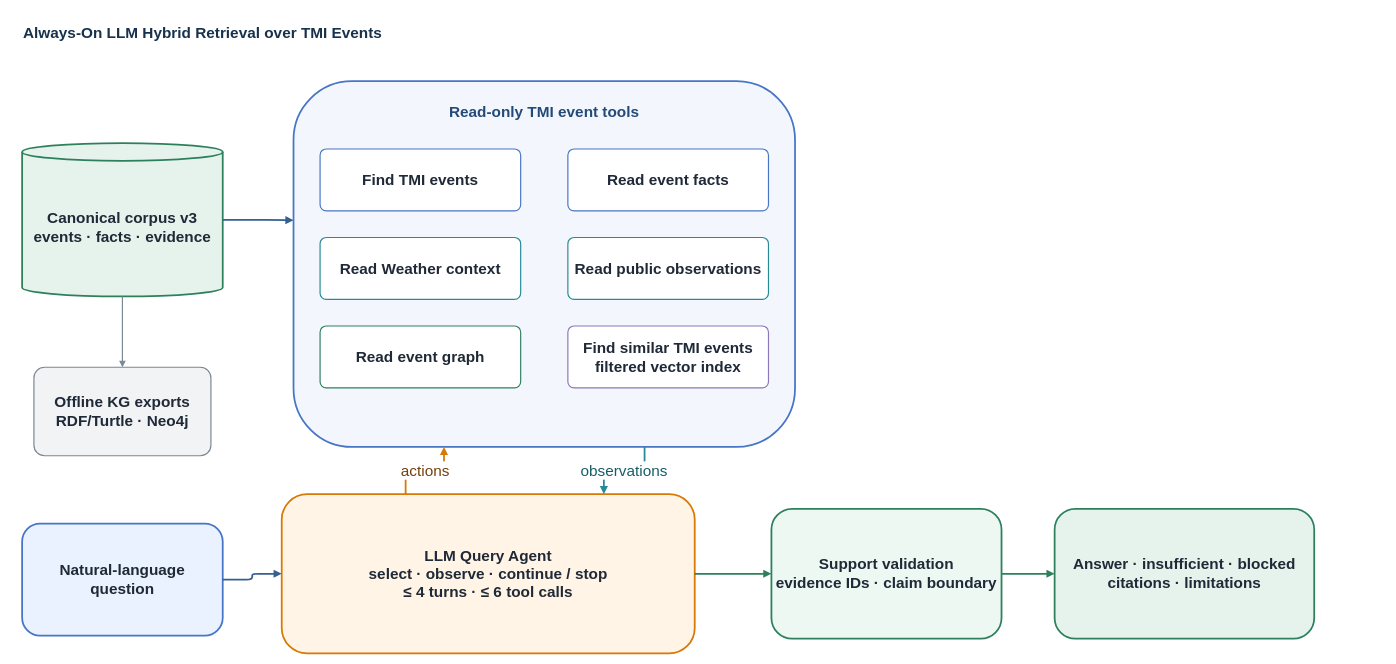
Before: docs/figures/tmi_event_retrieval_architecture.drawio in exordor/aviation_agentic_ai, a draw.io diagram. Source tidied: cells renumbered, new cells numbered last; positions are measured from the earlier drawing's top-left corner, leaving out a move shared by most shapes. Both pictures are drawn from the tidied source at 59%, with x=0, y=0 at pixel (10, 10).
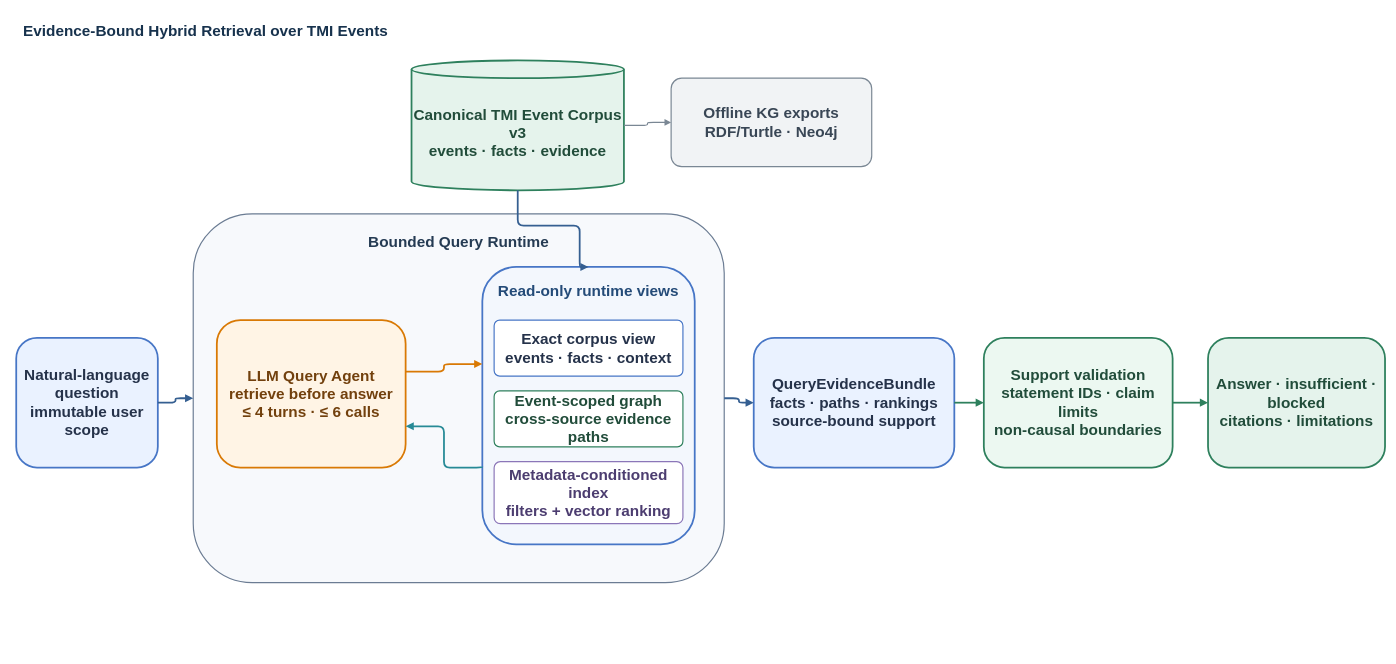
The same page after the edit.

What changed in the source:
```diff
@@
-    <mxCell id="2" style="text;strokeColor=none;fillColor=none;align=center;verticalAlign=middle;whiteSpace=wrap;html=1;fontSize=22;fontStyle=1;fontColor=#111827;" parent="1" vertex="1">
-      <mxGeometry width="1" height="1" as="geometry" />
-    </mxCell>
-    <mxCell id="3" value="Always-On LLM Hybrid Retrieval over TMI Events" style="text;strokeColor=none;fillColor=none;align=center;verticalAlign=middle;whiteSpace=wrap;html=1;fontColor=#17324D;fontSize=26;fontStyle=1;align=left;verticalAlign=middle;whiteSpace=wrap;html=1;" parent="1" vertex="1">
-      <mxGeometry x="20" y="10" width="2180" height="55" as="geometry" />
+    <mxCell id="3" value="Evidence-Bound Hybrid Retrieval over TMI Events" style="text;strokeColor=none;fillColor=none;align=left;verticalAlign=middle;whiteSpace=wrap;html=1;fontColor=#17324D;fontSize=26;fontStyle=1;" parent="1" vertex="1">
+      <mxGeometry x="20" y="5" width="2280" height="60" as="geometry" />
     </mxCell>
-    <mxCell id="4" value="Canonical corpus v3&#10;events · facts · evidence" style="shape=cylinder3;boundedLbl=1;backgroundOutline=1;whiteSpace=wrap;html=1;fillColor=#E5F3EC;strokeColor=#2E805D;fontColor=#1f2937;fontSize=26;fontStyle=1;strokeWidth=3;whiteSpace=wrap;html=1;align=center;verticalAlign=middle;" parent="1" vertex="1">
-      <mxGeometry x="20" y="225" width="340" height="260" as="geometry" />
+    <mxCell id="4" value="Canonical TMI Event Corpus v3&#10;events · facts · evidence" style="shape=cylinder3;boundedLbl=1;backgroundOutline=1;whiteSpace=wrap;html=1;fillColor=#E5F3EC;strokeColor=#2E805D;fontColor=#214C3A;fontSize=26;fontStyle=1;strokeWidth=3;align=center;verticalAlign=middle;" parent="1" vertex="1">
+      <mxGeometry x="680" y="85" width="360" height="220" as="geometry" />
     </mxCell>
-    <mxCell id="5" value="Offline KG exports&#10;RDF/Turtle · Neo4j" style="rounded=1;whiteSpace=wrap;html=1;fillColor=#F1F3F5;strokeColor=#7A8794;fontColor=#1f2937;fontSize=26;fontStyle=1;strokeWidth=2;arcSize=12;whiteSpace=wrap;html=1;" parent="1" vertex="1">
-      <mxGeometry x="40" y="605" width="300" height="150" as="geometry" />
+    <mxCell id="5" value="Offline KG exports&#10;RDF/Turtle · Neo4j" style="rounded=1;whiteSpace=wrap;html=1;fillColor=#F1F3F5;strokeColor=#7A8794;fontColor=#394655;fontSize=26;fontStyle=1;strokeWidth=2;arcSize=12;align=center;verticalAlign=middle;" parent="1" vertex="1">
+      <mxGeometry x="1120" y="115" width="340" height="150" as="geometry" />
     </mxCell>
-    <mxCell id="6" style="rounded=1;whiteSpace=wrap;html=1;fillColor=#F3F7FD;strokeColor=#4776C6;fontColor=#1f2937;strokeWidth=3;arcSize=16;" parent="1" vertex="1">
-      <mxGeometry x="480" y="120" width="850" height="620" as="geometry" />
-    </mxCell>
-    <mxCell id="7" value="Read-only TMI event tools" style="text;strokeColor=none;fillColor=none;align=center;verticalAlign=middle;whiteSpace=wrap;html=1;fontColor=#244B78;fontSize=26;fontStyle=1;align=center;verticalAlign=middle;whiteSpace=wrap;html=1;" parent="1" vertex="1">
-      <mxGeometry x="510" y="145" width="790" height="55" as="geometry" />
-    </mxCell>
-    <mxCell id="8" value="Find TMI events" style="rounded=1;whiteSpace=wrap;html=1;fillColor=#FFFFFF;strokeColor=#4776C6;fontColor=#1f2937;fontSize=26;fontStyle=1;strokeWidth=2;arcSize=10;whiteSpace=wrap;html=1;" parent="1" vertex="1">
-      <mxGeometry x="525" y="235" width="340" height="105" as="geometry" />
-    </mxCell>
-    <mxCell id="9" value="Read event facts" style="rounded=1;whiteSpace=wrap;html=1;fillColor=#FFFFFF;strokeColor=#4776C6;fontColor=#1f2937;fontSize=26;fontStyle=1;strokeWidth=2;arcSize=10;whiteSpace=wrap;html=1;" parent="1" vertex="1">
-      <mxGeometry x="945" y="235" width="340" height="105" as="geometry" />
-    </mxCell>
-    <mxCell id="10" value="Read Weather context" style="rounded=1;whiteSpace=wrap;html=1;fillColor=#FFFFFF;strokeColor=#278A96;fontColor=#1f2937;fontSize=26;fontStyle=1;strokeWidth=2;arcSize=10;whiteSpace=wrap;html=1;" parent="1" vertex="1">
-      <mxGeometry x="525" y="385" width="340" height="105" as="geometry" />
-    </mxCell>
-    <mxCell id="11" value="Read public observations" style="rounded=1;whiteSpace=wrap;html=1;fillColor=#FFFFFF;strokeColor=#278A96;fontColor=#1f2937;fontSize=26;fontStyle=1;strokeWidth=2;arcSize=10;whiteSpace=wrap;html=1;" parent="1" vertex="1">
-      <mxGeometry x="945" y="385" width="340" height="105" as="geometry" />
-    </mxCell>
-    <mxCell id="12" value="Read event graph" style="rounded=1;whiteSpace=wrap;html=1;fillColor=#FFFFFF;strokeColor=#2E805D;fontColor=#1f2937;fontSize=26;fontStyle=1;strokeWidth=2;arcSize=10;whiteSpace=wrap;html=1;" parent="1" vertex="1">
-      <mxGeometry x="525" y="535" width="340" height="105" as="geometry" />
-    </mxCell>
-    <mxCell id="13" value="Find similar TMI events&#10;filtered vector index" style="rounded=1;whiteSpace=wrap;html=1;fillColor=#FFFFFF;strokeColor=#8B76B8;fontColor=#1f2937;fontSize=26;fontStyle=1;strokeWidth=2;arcSize=10;whiteSpace=wrap;html=1;" parent="1" vertex="1">
-      <mxGeometry x="945" y="535" width="340" height="105" as="geometry" />
-    </mxCell>
-    <mxCell id="14" value="Natural-language&#10;question" style="rounded=1;whiteSpace=wrap;html=1;fillColor=#EAF2FF;strokeColor=#4776C6;fontColor=#1f2937;fontSize=26;fontStyle=1;strokeWidth=3;arcSize=16;whiteSpace=wrap;html=1;" parent="1" vertex="1">
-      <mxGeometry x="20" y="870" width="340" height="190" as="geometry" />
+    <mxCell id="14" value="Natural-language question&#10;immutable user scope" style="rounded=1;whiteSpace=wrap;html=1;fillColor=#EAF2FF;strokeColor=#4776C6;fontColor=#25324A;fontSize=26;fontStyle=1;strokeWidth=3;arcSize=16;align=center;verticalAlign=middle;" parent="1" vertex="1">
+      <mxGeometry x="10" y="555" width="240" height="220" as="geometry" />
     </mxCell>
+    <mxCell id="25" style="rounded=1;whiteSpace=wrap;html=1;fillColor=#F7F9FC;strokeColor=#6B7C93;strokeWidth=2;arcSize=16;" parent="1" vertex="1">
+      <mxGeometry x="310" y="345" width="900" height="625" as="geometry" />
+    </mxCell>
+    <mxCell id="26" value="Bounded Query Runtime" style="text;strokeColor=none;fillColor=none;align=center;verticalAlign=middle;whiteSpace=wrap;html=1;fontColor=#253B53;fontSize=26;fontStyle=1;" parent="1" vertex="1">
+      <mxGeometry x="340" y="365" width="840" height="55" as="geometry" />
+    </mxCell>
-    <mxCell id="15" value="LLM Query Agent&#10;select · observe · continue / stop&#10;≤ 4 turns · ≤ 6 tool calls" style="rounded=1;whiteSpace=wrap;html=1;fillColor=#FFF4E5;strokeColor=#D97904;fontColor=#1f2937;fontSize=26;fontStyle=1;strokeWidth=3;arcSize=16;whiteSpace=wrap;html=1;" parent="1" vertex="1">
-      <mxGeometry x="460" y="820" width="700" height="270" as="geometry" />
+    <mxCell id="15" value="LLM Query Agent&#10;retrieve before answer&#10;≤ 4 turns · ≤ 6 calls" style="rounded=1;whiteSpace=wrap;html=1;fillColor=#FFF4E5;strokeColor=#D97904;fontColor=#72400D;fontSize=26;fontStyle=1;strokeWidth=3;arcSize=16;align=center;verticalAlign=middle;" parent="1" vertex="1">
+      <mxGeometry x="350" y="525" width="320" height="250" as="geometry" />
     </mxCell>
+    <mxCell id="27" style="rounded=1;whiteSpace=wrap;html=1;fillColor=#F3F7FD;strokeColor=#4776C6;strokeWidth=3;arcSize=16;" parent="1" vertex="1">
+      <mxGeometry x="800" y="435" width="360" height="470" as="geometry" />
+    </mxCell>
+    <mxCell id="28" value="Read-only runtime views" style="text;strokeColor=none;fillColor=none;align=center;verticalAlign=middle;whiteSpace=wrap;html=1;fontColor=#244B78;fontSize=26;fontStyle=1;" parent="1" vertex="1">
+      <mxGeometry x="810" y="450" width="340" height="50" as="geometry" />
+    </mxCell>
+    <mxCell id="29" value="Exact corpus view&#10;events · facts · context" style="rounded=1;whiteSpace=wrap;html=1;fillColor=#FFFFFF;strokeColor=#4776C6;fontColor=#25324A;fontSize=26;fontStyle=1;strokeWidth=2;arcSize=10;align=center;verticalAlign=middle;" parent="1" vertex="1">
+      <mxGeometry x="820" y="525" width="320" height="95" as="geometry" />
+    </mxCell>
+    <mxCell id="30" value="Event-scoped graph&#10;cross-source evidence paths" style="rounded=1;whiteSpace=wrap;html=1;fillColor=#FFFFFF;strokeColor=#2E805D;fontColor=#214C3A;fontSize=26;fontStyle=1;strokeWidth=2;arcSize=10;align=center;verticalAlign=middle;" parent="1" vertex="1">
+      <mxGeometry x="820" y="645" width="320" height="95" as="geometry" />
+    </mxCell>
+    <mxCell id="31" value="Metadata-conditioned index&#10;filters + vector ranking" style="rounded=1;whiteSpace=wrap;html=1;fillColor=#FFFFFF;strokeColor=#8B76B8;fontColor=#4C3D70;fontSize=26;fontStyle=1;strokeWidth=2;arcSize=10;align=center;verticalAlign=middle;" parent="1" vertex="1">
+      <mxGeometry x="820" y="765" width="320" height="105" as="geometry" />
+    </mxCell>
+    <mxCell id="32" value="QueryEvidenceBundle&#10;facts · paths · rankings&#10;source-bound support" style="rounded=1;whiteSpace=wrap;html=1;fillColor=#EAF2FF;strokeColor=#4776C6;fontColor=#25324A;fontSize=26;fontStyle=1;strokeWidth=3;arcSize=16;align=center;verticalAlign=middle;" parent="1" vertex="1">
+      <mxGeometry x="1260" y="555" width="340" height="220" as="geometry" />
+    </mxCell>
-    <mxCell id="16" value="Support validation&#10;evidence IDs · claim boundary" style="rounded=1;whiteSpace=wrap;html=1;fillColor=#ECF8F1;strokeColor=#2E805D;fontColor=#1f2937;fontSize=26;fontStyle=1;strokeWidth=3;arcSize=16;whiteSpace=wrap;html=1;" parent="1" vertex="1">
-      <mxGeometry x="1290" y="845" width="390" height="220" as="geometry" />
+    <mxCell id="16" value="Support validation&#10;statement IDs · claim limits&#10;non-causal boundaries" style="rounded=1;whiteSpace=wrap;html=1;fillColor=#ECF8F1;strokeColor=#2E805D;fontColor=#214C3A;fontSize=26;fontStyle=1;strokeWidth=3;arcSize=16;align=center;verticalAlign=middle;" parent="1" vertex="1">
+      <mxGeometry x="1650" y="555" width="320" height="220" as="geometry" />
     </mxCell>
-    <mxCell id="17" value="Answer · insufficient · blocked&#10;citations · limitations" style="rounded=1;whiteSpace=wrap;html=1;fillColor=#E5F3EC;strokeColor=#2E805D;fontColor=#1f2937;fontSize=26;fontStyle=1;strokeWidth=3;arcSize=16;whiteSpace=wrap;html=1;" parent="1" vertex="1">
-      <mxGeometry x="1770" y="845" width="440" height="220" as="geometry" />
+    <mxCell id="17" value="Answer · insufficient · blocked&#10;citations · limitations" style="rounded=1;whiteSpace=wrap;html=1;fillColor=#E5F3EC;strokeColor=#2E805D;fontColor=#214C3A;fontSize=26;fontStyle=1;strokeWidth=3;arcSize=16;align=center;verticalAlign=middle;" parent="1" vertex="1">
+      <mxGeometry x="2030" y="555" width="300" height="220" as="geometry" />
     </mxCell>
-    <mxCell id="18" style="edgeStyle=orthogonalEdgeStyle;rounded=1;jettySize=auto;html=1;endArrow=block;endFill=1;strokeColor=#355F91;strokeWidth=3;exitX=1;exitY=0.5;entryX=0;entryY=0.38;" parent="1" edge="1" source="4" target="6">
-      <mxGeometry relative="1" as="geometry">
-        <Array as="points">
-          <mxPoint x="420" y="355" />
-          <mxPoint x="420" y="356" />
-        </Array>
-      </mxGeometry>
-    </mxCell>
+    <mxCell id="33" style="edgeStyle=orthogonalEdgeStyle;rounded=1;jettySize=auto;html=1;endArrow=block;endFill=1;strokeColor=#355F91;strokeWidth=3;exitX=0.5;exitY=1;entryX=0.5;entryY=0;" parent="1" edge="1" source="4" target="27">
+      <mxGeometry relative="1" as="geometry">
+        <Array as="points">
+          <mxPoint x="965" y="365" />
+        </Array>
+      </mxGeometry>
+    </mxCell>
-    <mxCell id="19" style="edgeStyle=orthogonalEdgeStyle;rounded=1;jettySize=auto;html=1;endArrow=block;endFill=1;strokeColor=#7A8794;strokeWidth=2;exitX=0.5;exitY=1;entryX=0.5;entryY=0;" parent="1" edge="1" source="4" target="5">
+    <mxCell id="19" style="edgeStyle=orthogonalEdgeStyle;rounded=1;jettySize=auto;html=1;endArrow=block;endFill=1;strokeColor=#7A8794;strokeWidth=2;exitX=1;exitY=0.5;entryX=0;entryY=0.5;" parent="1" edge="1" source="4" target="5">
       <mxGeometry relative="1" as="geometry">
         <Array as="points">
-          <mxPoint x="190" y="545" />
+          <mxPoint x="1080" y="190" />
         </Array>
       </mxGeometry>
     </mxCell>
-    <mxCell id="20" style="edgeStyle=orthogonalEdgeStyle;rounded=1;jettySize=auto;html=1;endArrow=block;endFill=1;strokeColor=#355F91;strokeWidth=3;exitX=1;exitY=0.5;entryX=0;entryY=0.5;" parent="1" edge="1" source="14" target="15">
-      <mxGeometry relative="1" as="geometry">
-        <Array as="points">
-          <mxPoint x="410" y="965" />
-        </Array>
-      </mxGeometry>
-    </mxCell>
-    <mxCell id="21" style="edgeStyle=orthogonalEdgeStyle;rounded=1;jettySize=auto;html=1;endArrow=block;endFill=1;strokeColor=#2E805D;strokeWidth=3;exitX=1;exitY=0.5;entryX=0;entryY=0.5;" parent="1" edge="1" source="15" target="16">
-      <mxGeometry relative="1" as="geometry">
-        <Array as="points">
-          <mxPoint x="1225" y="955" />
-        </Array>
-      </mxGeometry>
-    </mxCell>
+    <mxCell id="34" style="edgeStyle=orthogonalEdgeStyle;rounded=1;jettySize=auto;html=1;endArrow=block;endFill=1;strokeColor=#355F91;strokeWidth=3;exitX=1;exitY=0.5;entryX=0;entryY=0.5;" parent="1" edge="1" source="14" target="25">
+      <mxGeometry relative="1" as="geometry">
+        <Array as="points">
+          <mxPoint x="280" y="665" />
+        </Array>
+      </mxGeometry>
+    </mxCell>
+    <mxCell id="35" style="edgeStyle=orthogonalEdgeStyle;rounded=1;jettySize=auto;html=1;endArrow=block;endFill=1;strokeColor=#D97904;strokeWidth=3;exitX=1;exitY=0.35;entryX=0;entryY=0.35;" parent="1" edge="1" source="15" target="27">
+      <mxGeometry relative="1" as="geometry">
+        <Array as="points">
+          <mxPoint x="735" y="612" />
+        </Array>
+      </mxGeometry>
+    </mxCell>
+    <mxCell id="36" style="edgeStyle=orthogonalEdgeStyle;rounded=1;jettySize=auto;html=1;endArrow=block;endFill=1;strokeColor=#278A96;strokeWidth=3;exitX=0;exitY=0.72;entryX=1;entryY=0.72;" parent="1" edge="1" source="27" target="15">
+      <mxGeometry relative="1" as="geometry">
+        <Array as="points">
+          <mxPoint x="735" y="775" />
+        </Array>
+      </mxGeometry>
+    </mxCell>
+    <mxCell id="37" style="edgeStyle=orthogonalEdgeStyle;rounded=1;jettySize=auto;html=1;endArrow=block;endFill=1;strokeColor=#355F91;strokeWidth=3;exitX=1;exitY=0.5;entryX=0;entryY=0.5;" parent="1" edge="1" source="25" target="32">
+      <mxGeometry relative="1" as="geometry">
+        <Array as="points">
+          <mxPoint x="1235" y="665" />
+        </Array>
+      </mxGeometry>
+    </mxCell>
+    <mxCell id="38" style="edgeStyle=orthogonalEdgeStyle;rounded=1;jettySize=auto;html=1;endArrow=block;endFill=1;strokeColor=#2E805D;strokeWidth=3;exitX=1;exitY=0.5;entryX=0;entryY=0.5;" parent="1" edge="1" source="32" target="16">
+      <mxGeometry relative="1" as="geometry">
+        <Array as="points">
+          <mxPoint x="1625" y="665" />
+        </Array>
+      </mxGeometry>
+    </mxCell>
     <mxCell id="22" style="edgeStyle=orthogonalEdgeStyle;rounded=1;jettySize=auto;html=1;endArrow=block;endFill=1;strokeColor=#2E805D;strokeWidth=3;exitX=1;exitY=0.5;entryX=0;entryY=0.5;" parent="1" edge="1" source="16" target="17">
       <mxGeometry relative="1" as="geometry">
         <Array as="points">
-          <mxPoint x="1740" y="955" />
+          <mxPoint x="2000" y="665" />
         </Array>
       </mxGeometry>
     </mxCell>
-    <mxCell id="23" value="actions" style="edgeStyle=orthogonalEdgeStyle;rounded=1;jettySize=auto;html=1;endArrow=block;endFill=1;strokeColor=#D97904;strokeWidth=3;exitX=0.3;exitY=0;entryX=0.3;entryY=1;fontSize=26;fontColor=#72400D;labelBackgroundColor=#FFFFFF;" parent="1" edge="1" source="15" target="6">
-      <mxGeometry relative="1" as="geometry">
-        <Array as="points">
-          <mxPoint x="670" y="780" />
-          <mxPoint x="735" y="780" />
-        </Array>
-      </mxGeometry>
-    </mxCell>
-    <mxCell id="24" value="observations" style="edgeStyle=orthogonalEdgeStyle;rounded=1;jettySize=auto;html=1;endArrow=block;endFill=1;strokeColor=#278A96;strokeWidth=3;exitX=0.7;exitY=1;entryX=0.78;entryY=0;fontSize=26;fontColor=#155E66;labelBackgroundColor=#FFFFFF;" parent="1" edge="1" source="6" target="15">
-      <mxGeometry relative="1" as="geometry">
-        <Array as="points">
-          <mxPoint x="1075" y="780" />
-          <mxPoint x="1006" y="780" />
-        </Array>
-      </mxGeometry>
-    </mxCell>
```
